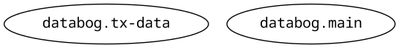
Earlier version of the Graphviz export images/ns-hierarchy/namespaces.png (iwillig/databog). Its source is kept beside it as images/ns-hierarchy/namespaces.dot. The source it was exported from:
```dot
digraph {
graph[dpi=100, rankdir=TP]
node[fontname="Monospace"]
edge[fontname="Monospace"]

node1586[label="databog.tx-data", style=solid]
node1587[label="databog.main", style=solid]
}
```
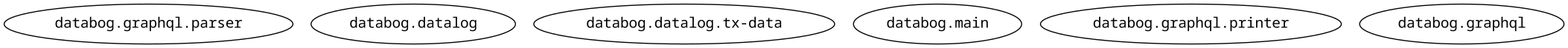
After the commit.

Commit message:
Type GraphQL parser

Change to the diagram source:
```diff
@@ -3,6 +3,10 @@
 node[fontname="Monospace"]
 edge[fontname="Monospace"]
 
-node1586[label="databog.tx-data", style=solid]
-node1587[label="databog.main", style=solid]
+node1586[label="databog.graphql.parser", style=solid]
+node1587[label="databog.datalog", style=solid]
+node1588[label="databog.datalog.tx-data", style=solid]
+node1589[label="databog.main", style=solid]
+node1590[label="databog.graphql.printer", style=solid]
+node1591[label="databog.graphql", style=solid]
 }
```
